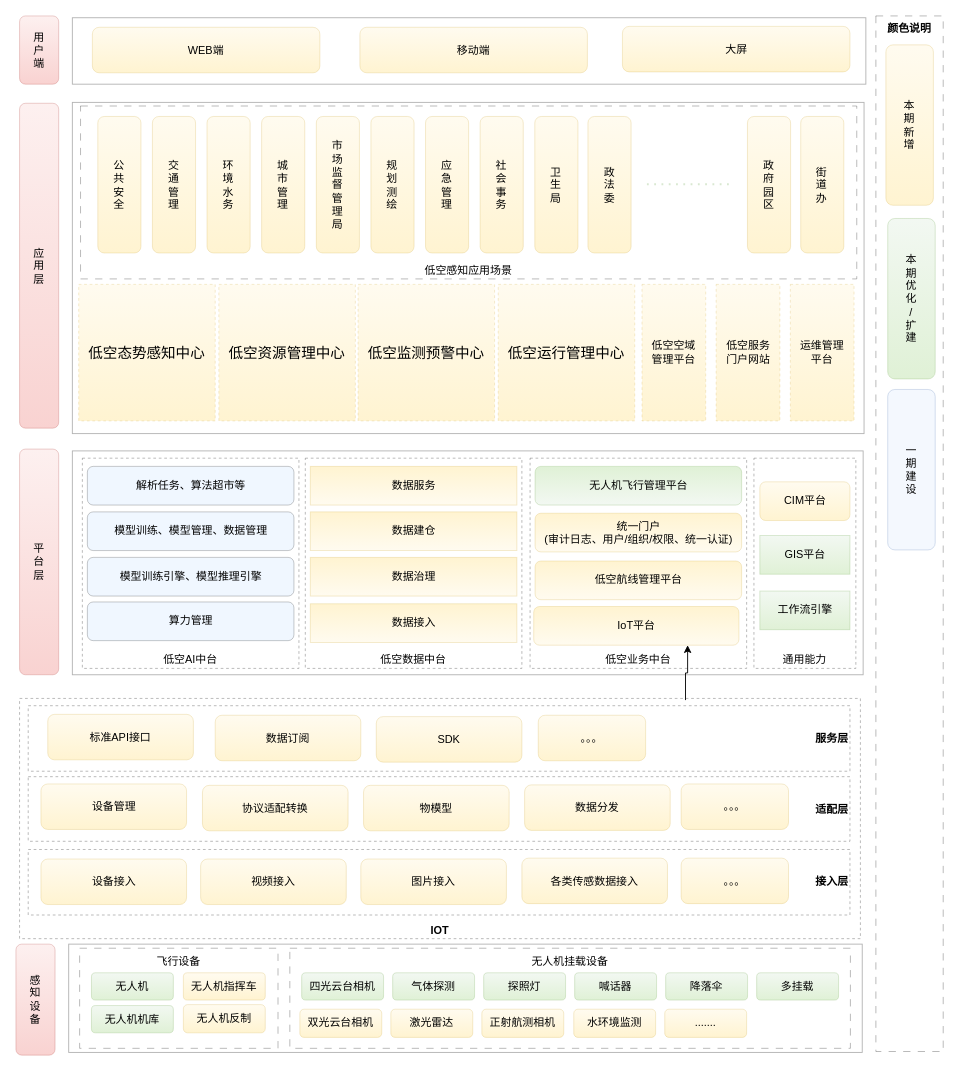
Above: page "应用架构" (2 of 5) of donggao-20230703.drawio in yangchenyu/micro-service (draw.io), before the change. Source tidied: cells renumbered, new cells numbered last; positions are measured from the earlier drawing's top-left corner, leaving out a move shared by most shapes. Both pictures are drawn from the tidied source at 91%, with x=0, y=0 at pixel (15, 15).
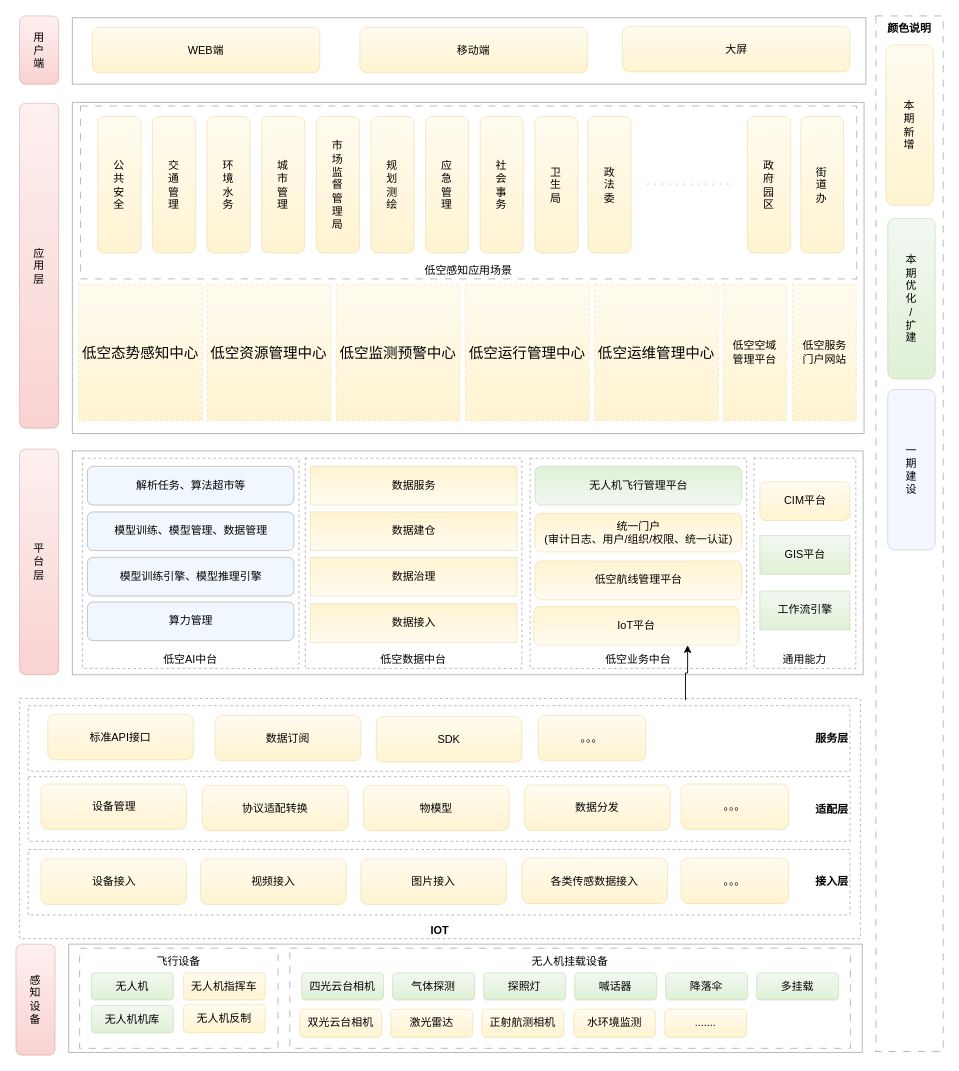
The same diagram, later.

Change to the diagram source:
```diff
@@
     <mxCell id="84" value="低空态势感知中心" style="rounded=0;whiteSpace=wrap;html=1;opacity=30;verticalAlign=middle;dashed=1;fillColor=#fff2cc;strokeColor=#d6b656;gradientColor=#ffd966;fontSize=16;" parent="1" vertex="1">
-      <mxGeometry x="69" y="295" width="150" height="150" as="geometry" />
+      <mxGeometry x="69" y="295" width="136" height="150" as="geometry" />
     </mxCell>
     <mxCell id="85" value="低空资源管理中心" style="rounded=0;whiteSpace=wrap;html=1;opacity=30;verticalAlign=middle;dashed=1;fillColor=#fff2cc;strokeColor=#d6b656;gradientColor=#ffd966;fontSize=16;" parent="1" vertex="1">
-      <mxGeometry x="223" y="295" width="150" height="150" as="geometry" />
+      <mxGeometry x="210" y="295" width="136" height="150" as="geometry" />
     </mxCell>
     <mxCell id="86" value="低空监测预警中心" style="rounded=0;whiteSpace=wrap;html=1;opacity=30;verticalAlign=middle;dashed=1;fillColor=#fff2cc;strokeColor=#d6b656;gradientColor=#ffd966;fontSize=16;" parent="1" vertex="1">
-      <mxGeometry x="376" y="295" width="150" height="150" as="geometry" />
+      <mxGeometry x="352" y="295" width="136" height="150" as="geometry" />
     </mxCell>
     <mxCell id="87" value="低空运行管理中心" style="rounded=0;whiteSpace=wrap;html=1;opacity=30;verticalAlign=middle;dashed=1;fillColor=#fff2cc;strokeColor=#d6b656;gradientColor=#ffd966;fontSize=16;" parent="1" vertex="1">
-      <mxGeometry x="530" y="295" width="150" height="150" as="geometry" />
+      <mxGeometry x="494" y="295" width="136" height="150" as="geometry" />
     </mxCell>
     <mxCell id="88" value="低空空域&lt;br style=&quot;border-color: var(--border-color);&quot;&gt;管理平台" style="rounded=0;whiteSpace=wrap;html=1;opacity=30;verticalAlign=middle;dashed=1;fillColor=#fff2cc;strokeColor=#d6b656;gradientColor=#ffd966;" parent="1" vertex="1">
-      <mxGeometry x="688" y="295" width="70" height="150" as="geometry" />
+      <mxGeometry x="777" y="295" width="70" height="150" as="geometry" />
     </mxCell>
     <mxCell id="89" value="低空服务&lt;br&gt;门户网站" style="rounded=0;whiteSpace=wrap;html=1;opacity=30;verticalAlign=middle;dashed=1;fillColor=#fff2cc;strokeColor=#d6b656;gradientColor=#ffd966;" parent="1" vertex="1">
-      <mxGeometry x="769.5" y="295" width="70" height="150" as="geometry" />
+      <mxGeometry x="853.5" y="295" width="70" height="150" as="geometry" />
     </mxCell>
@@
-    <mxCell id="95" value="运维管理&lt;br&gt;平台" style="rounded=0;whiteSpace=wrap;html=1;opacity=30;verticalAlign=middle;dashed=1;fillColor=#fff2cc;strokeColor=#d6b656;gradientColor=#ffd966;" parent="1" vertex="1">
-      <mxGeometry x="851" y="295" width="70" height="150" as="geometry" />
+    <mxCell id="95" value="低空运维管理中心" style="rounded=0;whiteSpace=wrap;html=1;opacity=30;verticalAlign=middle;dashed=1;fillColor=#fff2cc;strokeColor=#d6b656;gradientColor=#ffd966;fontSize=16;" parent="1" vertex="1">
+      <mxGeometry x="636" y="295" width="136" height="150" as="geometry" />
     </mxCell>
```
